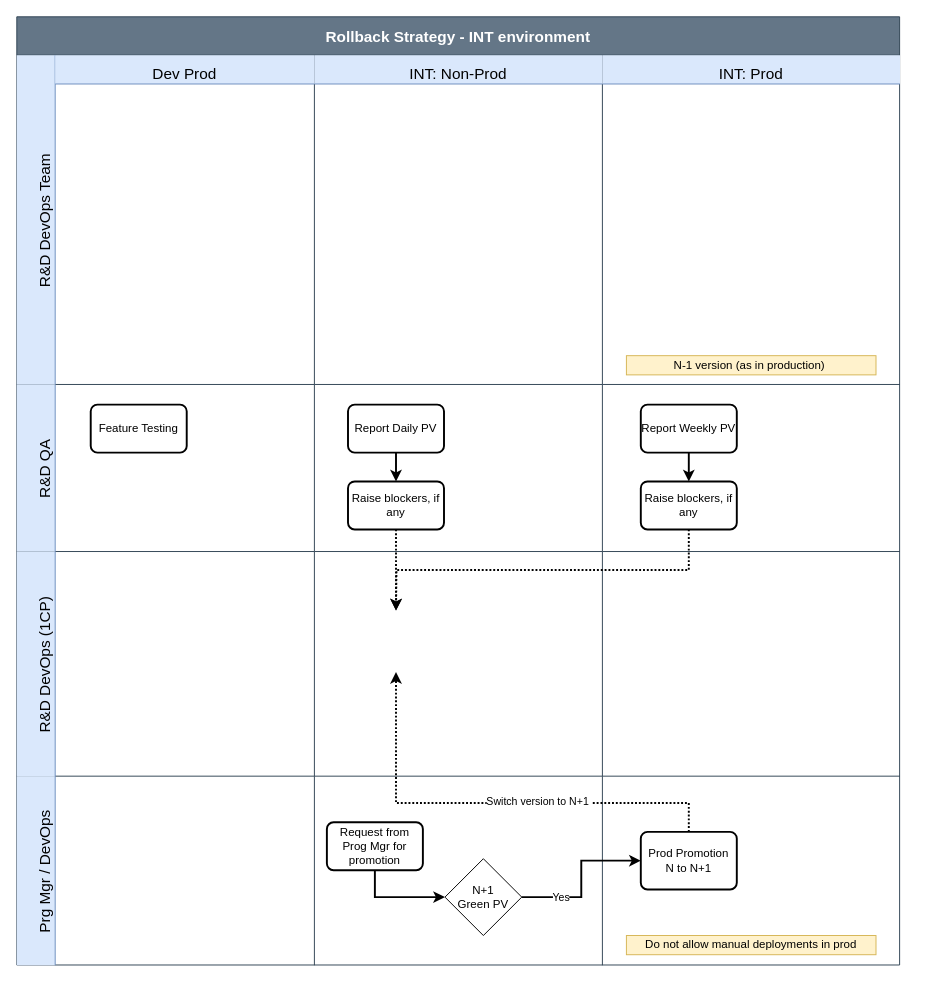
The draw.io diagram ReleaseProcess1.drawio in prasad-gsk-IBM/myibmrepo-prasad, before the edit. Source tidied: cells renumbered, new cells numbered last; positions are measured from the earlier drawing's top-left corner, leaving out a move shared by most shapes. Both pictures are drawn from the tidied source at 96%, with x=0, y=0 at pixel (16, 16).
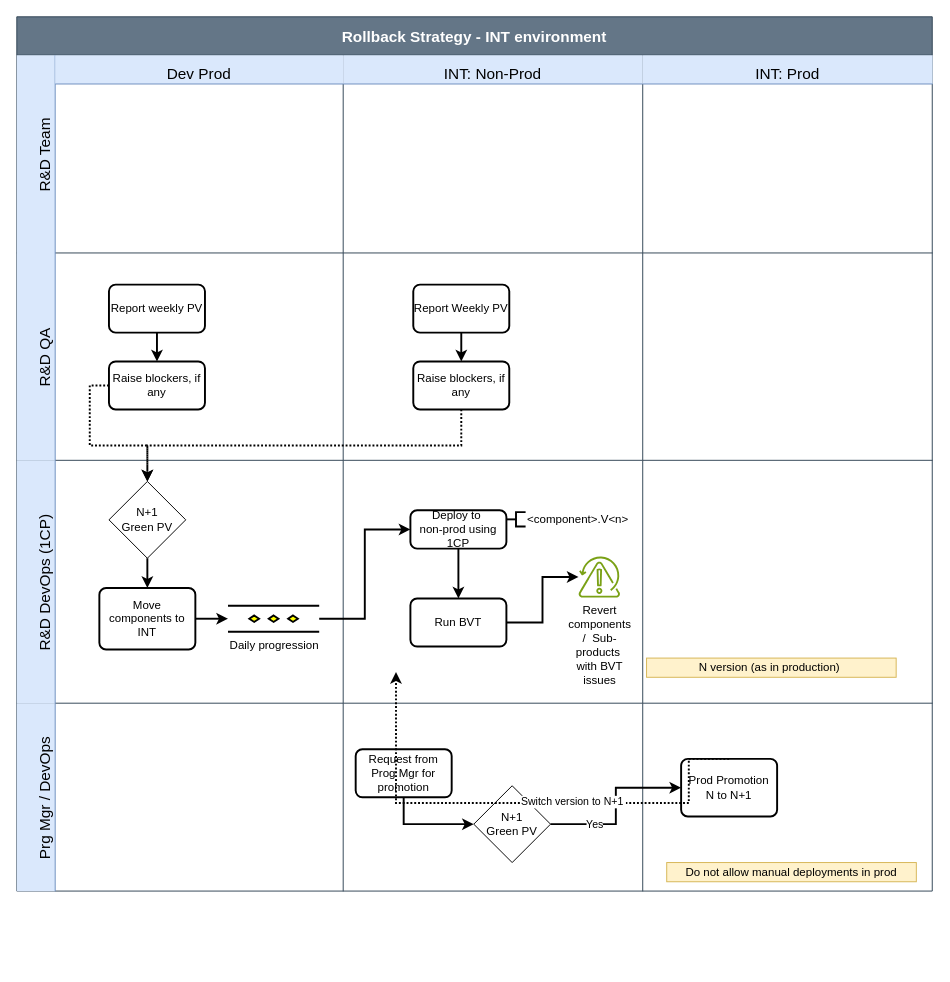
The same page after the edit.

What changed in the source:
```diff
@@
     <mxCell id="2" value="Rollback Strategy - INT environment" style="shape=table;childLayout=tableLayout;startSize=40;fontSize=16;fontStyle=1;fillColor=#647687;fontColor=#ffffff;strokeColor=#314354;" parent="1" vertex="1">
-      <mxGeometry width="919.6" height="987.7" as="geometry" />
+      <mxGeometry width="953.6" height="910.7" as="geometry" />
     </mxCell>
-    <mxCell id="3" value="R&amp;D DevOps Team" style="shape=tableRow;horizontal=0;swimlaneHead=0;swimlaneBody=0;top=0;left=0;strokeColor=#6c8ebf;bottom=0;right=0;fontStyle=0;fillColor=#dae8fc;startSize=40;fontSize=16;flipV=0;flipH=0;verticalAlign=bottom;" parent="2" vertex="1">
-      <mxGeometry y="40" width="919.6" height="343" as="geometry" />
+    <mxCell id="3" value="R&amp;D Team" style="shape=tableRow;horizontal=0;swimlaneHead=0;swimlaneBody=0;top=0;left=0;strokeColor=#6c8ebf;bottom=0;right=0;fontStyle=0;fillColor=#dae8fc;startSize=40;fontSize=16;flipV=0;flipH=0;verticalAlign=bottom;" parent="2" vertex="1">
+      <mxGeometry y="40" width="953.6" height="206" as="geometry" />
     </mxCell>
     <mxCell id="4" value="Dev Prod" style="swimlane;swimlaneHead=0;swimlaneBody=0;fontStyle=0;strokeColor=#6c8ebf;fillColor=#dae8fc;startSize=30;fontSize=16;verticalAlign=bottom;" parent="3" vertex="1">
-      <mxGeometry x="40" width="270" height="343" as="geometry" />
+      <mxGeometry x="40" width="300" height="206" as="geometry" />
     </mxCell>
     <mxCell id="5" value="INT: Non-Prod" style="swimlane;swimlaneHead=0;swimlaneBody=0;fontStyle=0;strokeColor=#6c8ebf;fillColor=#dae8fc;startSize=30;fontSize=16;verticalAlign=bottom;" parent="3" vertex="1">
-      <mxGeometry x="310" width="300" height="343" as="geometry" />
+      <mxGeometry x="340" width="312" height="206" as="geometry" />
     </mxCell>
     <mxCell id="6" value="INT: Prod" style="swimlane;swimlaneHead=0;swimlaneBody=0;fontStyle=0;strokeColor=#6c8ebf;fillColor=#dae8fc;startSize=30;fontSize=16;verticalAlign=bottom;" parent="3" vertex="1">
-      <mxGeometry x="610" width="310" height="343" as="geometry" />
+      <mxGeometry x="652" width="302" height="206" as="geometry" />
     </mxCell>
-    <mxCell id="7" value="N-1 version (as in production)&amp;nbsp;" style="html=1;whiteSpace=wrap;fillColor=#fff2cc;strokeColor=#d6b656;" parent="6" vertex="1">
-      <mxGeometry x="25" y="313" width="260" height="20" as="geometry" />
-    </mxCell>
     <mxCell id="8" value="R&amp;D QA" style="shape=tableRow;horizontal=0;swimlaneHead=0;swimlaneBody=0;top=0;left=0;strokeColor=#6c8ebf;bottom=0;right=0;fontStyle=0;fillColor=#dae8fc;startSize=40;fontSize=16;flipV=0;flipH=0;verticalAlign=bottom;" parent="2" vertex="1">
-      <mxGeometry y="383" width="919.6" height="174" as="geometry" />
+      <mxGeometry y="246" width="953.6" height="216" as="geometry" />
     </mxCell>
     <mxCell id="9" style="swimlane;swimlaneHead=0;swimlaneBody=0;fontStyle=0;strokeColor=#6c8ebf;fillColor=#dae8fc;startSize=0;fontSize=16;verticalAlign=bottom;" parent="8" vertex="1">
-      <mxGeometry x="40" width="270" height="174" as="geometry" />
+      <mxGeometry x="40" width="300" height="216" as="geometry" />
     </mxCell>
-    <mxCell id="10" value="Feature Testing" style="rounded=1;whiteSpace=wrap;html=1;absoluteArcSize=1;arcSize=14;strokeWidth=2;" parent="9" vertex="1">
-      <mxGeometry x="37" y="21" width="100" height="50" as="geometry" />
-    </mxCell>
     <mxCell id="11" style="swimlane;swimlaneHead=0;swimlaneBody=0;fontStyle=0;strokeColor=#6c8ebf;fillColor=#dae8fc;startSize=0;fontSize=16;verticalAlign=bottom;strokeWidth=2;" parent="8" vertex="1">
-      <mxGeometry x="310" width="300" height="174" as="geometry" />
+      <mxGeometry x="340" width="312" height="216" as="geometry" />
     </mxCell>
@@
-    <mxCell id="13" value="Report Daily PV" style="rounded=1;whiteSpace=wrap;html=1;absoluteArcSize=1;arcSize=14;strokeWidth=2;" parent="11" vertex="1">
-      <mxGeometry x="35" y="21" width="100" height="50" as="geometry" />
+    <mxCell id="13" value="Report weekly PV" style="rounded=1;whiteSpace=wrap;html=1;absoluteArcSize=1;arcSize=14;strokeWidth=2;" parent="11" vertex="1">
+      <mxGeometry x="-244" y="33" width="100" height="50" as="geometry" />
     </mxCell>
     <mxCell id="14" value="Raise blockers, if any" style="rounded=1;whiteSpace=wrap;html=1;absoluteArcSize=1;arcSize=14;strokeWidth=2;" parent="11" vertex="1">
-      <mxGeometry x="35" y="101" width="100" height="50" as="geometry" />
+      <mxGeometry x="-244" y="113" width="100" height="50" as="geometry" />
     </mxCell>
-    <mxCell id="15" style="swimlane;swimlaneHead=0;swimlaneBody=0;fontStyle=0;strokeColor=#6c8ebf;fillColor=#dae8fc;startSize=0;fontSize=16;verticalAlign=bottom;strokeWidth=2;" parent="8" vertex="1">
-      <mxGeometry x="610" width="310" height="174" as="geometry" />
-    </mxCell>
-    <mxCell id="16" style="edgeStyle=orthogonalEdgeStyle;rounded=0;jettySize=auto;html=1;exitX=0.5;exitY=1;exitDx=0;exitDy=0;entryX=0.5;entryY=0;entryDx=0;entryDy=0;strokeWidth=2;" parent="15" edge="1" source="17" target="18">
+    <mxCell id="16" style="edgeStyle=orthogonalEdgeStyle;rounded=0;jettySize=auto;html=1;exitX=0.5;exitY=1;exitDx=0;exitDy=0;entryX=0.5;entryY=0;entryDx=0;entryDy=0;strokeWidth=2;" parent="11" edge="1" source="17" target="18">
       <mxGeometry relative="1" as="geometry" />
     </mxCell>
-    <mxCell id="17" value="Report Weekly PV" style="rounded=1;whiteSpace=wrap;html=1;absoluteArcSize=1;arcSize=14;strokeWidth=2;" parent="15" vertex="1">
-      <mxGeometry x="40" y="21" width="100" height="50" as="geometry" />
+    <mxCell id="17" value="Report Weekly PV" style="rounded=1;whiteSpace=wrap;html=1;absoluteArcSize=1;arcSize=14;strokeWidth=2;" parent="11" vertex="1">
+      <mxGeometry x="73" y="33" width="100" height="50" as="geometry" />
     </mxCell>
-    <mxCell id="18" value="Raise blockers, if any" style="rounded=1;whiteSpace=wrap;html=1;absoluteArcSize=1;arcSize=14;strokeWidth=2;" parent="15" vertex="1">
-      <mxGeometry x="40" y="101" width="100" height="50" as="geometry" />
+    <mxCell id="18" value="Raise blockers, if any" style="rounded=1;whiteSpace=wrap;html=1;absoluteArcSize=1;arcSize=14;strokeWidth=2;" parent="11" vertex="1">
+      <mxGeometry x="73" y="113" width="100" height="50" as="geometry" />
     </mxCell>
+    <mxCell id="15" style="swimlane;swimlaneHead=0;swimlaneBody=0;fontStyle=0;strokeColor=#6c8ebf;fillColor=#dae8fc;startSize=0;fontSize=16;verticalAlign=bottom;strokeWidth=2;" parent="8" vertex="1">
+      <mxGeometry x="652" width="302" height="216" as="geometry" />
+    </mxCell>
     <mxCell id="19" value="R&amp;D DevOps (1CP)" style="shape=tableRow;horizontal=0;swimlaneHead=0;swimlaneBody=0;top=0;left=0;strokeColor=#6c8ebf;bottom=0;right=0;fontStyle=0;fillColor=#dae8fc;startSize=40;fontSize=16;flipV=0;flipH=0;verticalAlign=bottom;" parent="2" vertex="1">
-      <mxGeometry y="557" width="919.6" height="234" as="geometry" />
+      <mxGeometry y="462" width="953.6" height="253" as="geometry" />
     </mxCell>
     <mxCell id="20" style="swimlane;swimlaneHead=0;swimlaneBody=0;fontStyle=0;strokeColor=#6c8ebf;fillColor=#dae8fc;startSize=0;fontSize=16;verticalAlign=bottom;" parent="19" vertex="1">
-      <mxGeometry x="40" width="270" height="234" as="geometry" />
+      <mxGeometry x="40" width="300" height="253" as="geometry" />
     </mxCell>
     <mxCell id="21" style="swimlane;swimlaneHead=0;swimlaneBody=0;fontStyle=0;strokeColor=#6c8ebf;fillColor=#dae8fc;startSize=0;fontSize=16;verticalAlign=bottom;" parent="19" vertex="1">
-      <mxGeometry x="310" width="300" height="234" as="geometry" />
+      <mxGeometry x="340" width="312" height="253" as="geometry" />
     </mxCell>
+    <mxCell id="38" value="N+1&lt;div&gt;Green PV&lt;/div&gt;" style="rhombus;whiteSpace=wrap;html=1;" parent="21" vertex="1">
+      <mxGeometry x="-244" y="22" width="80" height="80" as="geometry" />
+    </mxCell>
+    <mxCell id="39" value="Move components to INT" style="rounded=1;whiteSpace=wrap;html=1;absoluteArcSize=1;arcSize=14;strokeWidth=2;" parent="21" vertex="1">
+      <mxGeometry x="-254" y="133" width="100" height="64" as="geometry" />
+    </mxCell>
+    <mxCell id="40" style="edgeStyle=orthogonalEdgeStyle;rounded=0;jettySize=auto;html=1;exitX=0.5;exitY=1;exitDx=0;exitDy=0;entryX=0.5;entryY=0;entryDx=0;entryDy=0;strokeWidth=2;" parent="21" edge="1" source="38" target="39">
+      <mxGeometry relative="1" as="geometry" />
+    </mxCell>
+    <mxCell id="41" value="Daily progression" style="verticalLabelPosition=bottom;verticalAlign=top;html=1;shape=mxgraph.flowchart.parallel_mode;strokeWidth=2;" parent="21" vertex="1">
+      <mxGeometry x="-120" y="151.5" width="95" height="27" as="geometry" />
+    </mxCell>
+    <mxCell id="42" style="edgeStyle=orthogonalEdgeStyle;rounded=0;jettySize=auto;html=1;exitX=1;exitY=0.5;exitDx=0;exitDy=0;entryX=0;entryY=0.5;entryDx=0;entryDy=0;strokeWidth=2;" parent="21" edge="1" source="39" target="41">
+      <mxGeometry relative="1" as="geometry" />
+    </mxCell>
+    <mxCell id="43" style="edgeStyle=none;rounded=0;jettySize=auto;html=1;exitX=0.5;exitY=1;exitDx=0;exitDy=0;entryX=0.5;entryY=0;entryDx=0;entryDy=0;strokeWidth=2;" parent="21" edge="1" source="44" target="46">
+      <mxGeometry relative="1" as="geometry" />
+    </mxCell>
+    <mxCell id="44" value="Deploy to&amp;nbsp;&lt;div&gt;non-prod using 1CP&lt;/div&gt;" style="rounded=1;whiteSpace=wrap;html=1;absoluteArcSize=1;arcSize=14;strokeWidth=2;" parent="21" vertex="1">
+      <mxGeometry x="70" y="52" width="100" height="40" as="geometry" />
+    </mxCell>
+    <mxCell id="45" value="&amp;lt;component&amp;gt;.V&amp;lt;n&amp;gt;" style="strokeWidth=2;html=1;shape=mxgraph.flowchart.annotation_2;align=left;labelPosition=right;" parent="21" vertex="1">
+      <mxGeometry x="170" y="54" width="20" height="15" as="geometry" />
+    </mxCell>
+    <mxCell id="46" value="Run BVT" style="rounded=1;whiteSpace=wrap;html=1;absoluteArcSize=1;arcSize=14;strokeWidth=2;" parent="21" vertex="1">
+      <mxGeometry x="70" y="144" width="100" height="50" as="geometry" />
+    </mxCell>
+    <mxCell id="47" style="edgeStyle=none;rounded=0;orthogonalLoop=1;jettySize=auto;html=1;exitX=1;exitY=0.5;exitDx=0;exitDy=0;exitPerimeter=0;" parent="21" edge="1" source="45" target="45">
+      <mxGeometry relative="1" as="geometry" />
+    </mxCell>
+    <mxCell id="48" style="edgeStyle=orthogonalEdgeStyle;rounded=0;jettySize=auto;html=1;entryX=1;entryY=0.5;entryDx=0;entryDy=0;strokeWidth=2;startArrow=classic;startFill=1;endArrow=none;" parent="21" edge="1" source="49" target="46">
+      <mxGeometry relative="1" as="geometry" />
+    </mxCell>
+    <mxCell id="49" value="&lt;span style=&quot;color: rgb(0, 0, 0); text-wrap-mode: wrap;&quot;&gt;Revert components /&amp;nbsp;&amp;nbsp;&lt;/span&gt;&lt;span style=&quot;background-color: transparent; color: light-dark(rgb(0, 0, 0), rgb(237, 237, 237)); text-wrap-mode: wrap;&quot;&gt;Sub-products&amp;nbsp;&lt;/span&gt;&lt;div&gt;&lt;div&gt;&lt;div&gt;&lt;span style=&quot;color: rgb(0, 0, 0); text-wrap-mode: wrap;&quot;&gt;with BVT issues&lt;/span&gt;&lt;/div&gt;&lt;/div&gt;&lt;/div&gt;" style="sketch=0;outlineConnect=0;fontColor=#232F3E;gradientColor=none;fillColor=#7AA116;strokeColor=none;dashed=0;verticalLabelPosition=bottom;verticalAlign=top;align=center;html=1;fontSize=12;fontStyle=0;shape=mxgraph.aws4.backup_recovery_point_objective;" parent="21" vertex="1">
+      <mxGeometry x="245" y="100" width="43.6" height="43" as="geometry" />
+    </mxCell>
+    <mxCell id="50" style="edgeStyle=orthogonalEdgeStyle;rounded=0;jettySize=auto;html=1;exitX=1;exitY=0.5;exitDx=0;exitDy=0;entryX=0;entryY=0.5;entryDx=0;entryDy=0;strokeWidth=2;" parent="21" edge="1" source="41" target="44">
+      <mxGeometry relative="1" as="geometry" />
+    </mxCell>
     <mxCell id="22" style="swimlane;swimlaneHead=0;swimlaneBody=0;fontStyle=0;strokeColor=#6c8ebf;fillColor=#dae8fc;startSize=0;fontSize=16;verticalAlign=bottom;" parent="19" vertex="1">
-      <mxGeometry x="610" width="310" height="234" as="geometry" />
+      <mxGeometry x="652" width="302" height="253" as="geometry" />
     </mxCell>
+    <mxCell id="7" value="N version (as in production)&amp;nbsp;" style="html=1;whiteSpace=wrap;fillColor=#fff2cc;strokeColor=#d6b656;" parent="22" vertex="1">
+      <mxGeometry x="4" y="206" width="260" height="20" as="geometry" />
+    </mxCell>
     <mxCell id="23" value="Prg Mgr / DevOps" style="shape=tableRow;horizontal=0;swimlaneHead=0;swimlaneBody=0;top=0;left=0;strokeColor=#6c8ebf;bottom=0;right=0;fontStyle=0;fillColor=#dae8fc;startSize=40;fontSize=16;flipV=0;flipH=0;verticalAlign=bottom;" parent="2" vertex="1">
-      <mxGeometry y="791" width="919.6" height="197" as="geometry" />
+      <mxGeometry y="715" width="953.6" height="196" as="geometry" />
     </mxCell>
     <mxCell id="24" style="swimlane;swimlaneHead=0;swimlaneBody=0;fontStyle=0;strokeColor=#6c8ebf;fillColor=#dae8fc;startSize=0;fontSize=16;verticalAlign=bottom;" parent="23" vertex="1">
-      <mxGeometry x="40" width="270" height="197" as="geometry" />
+      <mxGeometry x="40" width="300" height="196" as="geometry" />
     </mxCell>
     <mxCell id="25" style="swimlane;swimlaneHead=0;swimlaneBody=0;fontStyle=0;strokeColor=#6c8ebf;fillColor=#dae8fc;startSize=0;fontSize=16;verticalAlign=bottom;" parent="23" vertex="1">
-      <mxGeometry x="310" width="300" height="197" as="geometry" />
+      <mxGeometry x="340" width="312" height="196" as="geometry" />
     </mxCell>
@@
     <mxCell id="29" style="swimlane;swimlaneHead=0;swimlaneBody=0;fontStyle=0;strokeColor=#6c8ebf;fillColor=#dae8fc;startSize=0;fontSize=16;verticalAlign=bottom;" parent="23" vertex="1">
-      <mxGeometry x="610" width="310" height="197" as="geometry" />
+      <mxGeometry x="652" width="302" height="196" as="geometry" />
     </mxCell>
@@
-    <mxCell id="34" style="edgeStyle=orthogonalEdgeStyle;rounded=0;jettySize=auto;html=1;exitX=0.5;exitY=1;exitDx=0;exitDy=0;entryX=0.5;entryY=0;entryDx=0;entryDy=0;strokeWidth=2;dashed=1;dashPattern=1 1;" parent="2" edge="1" source="14">
-      <mxGeometry relative="1" as="geometry">
-        <mxPoint x="395" y="618.5" as="targetPoint" />
-      </mxGeometry>
+    <mxCell id="34" style="edgeStyle=orthogonalEdgeStyle;rounded=0;jettySize=auto;html=1;exitX=0;exitY=0.5;exitDx=0;exitDy=0;strokeWidth=2;dashed=1;dashPattern=1 1;entryX=0.5;entryY=0;entryDx=0;entryDy=0;" parent="2" edge="1" source="14" target="38">
+      <mxGeometry relative="1" as="geometry" />
     </mxCell>
-    <mxCell id="35" style="edgeStyle=orthogonalEdgeStyle;rounded=0;jettySize=auto;html=1;strokeWidth=2;dashed=1;dashPattern=1 1;exitX=0.5;exitY=1;exitDx=0;exitDy=0;entryX=0.5;entryY=0;entryDx=0;entryDy=0;" parent="2" edge="1" source="18">
-      <mxGeometry relative="1" as="geometry">
-        <mxPoint x="395" y="618.5" as="targetPoint" />
-      </mxGeometry>
-    </mxCell>
@@
+    <mxCell id="51" style="edgeStyle=orthogonalEdgeStyle;rounded=0;jettySize=auto;html=1;exitX=0.5;exitY=1;exitDx=0;exitDy=0;strokeWidth=2;dashed=1;dashPattern=1 1;entryX=0.5;entryY=0;entryDx=0;entryDy=0;" parent="2" edge="1" source="18" target="38">
+      <mxGeometry relative="1" as="geometry" />
+    </mxCell>
```
